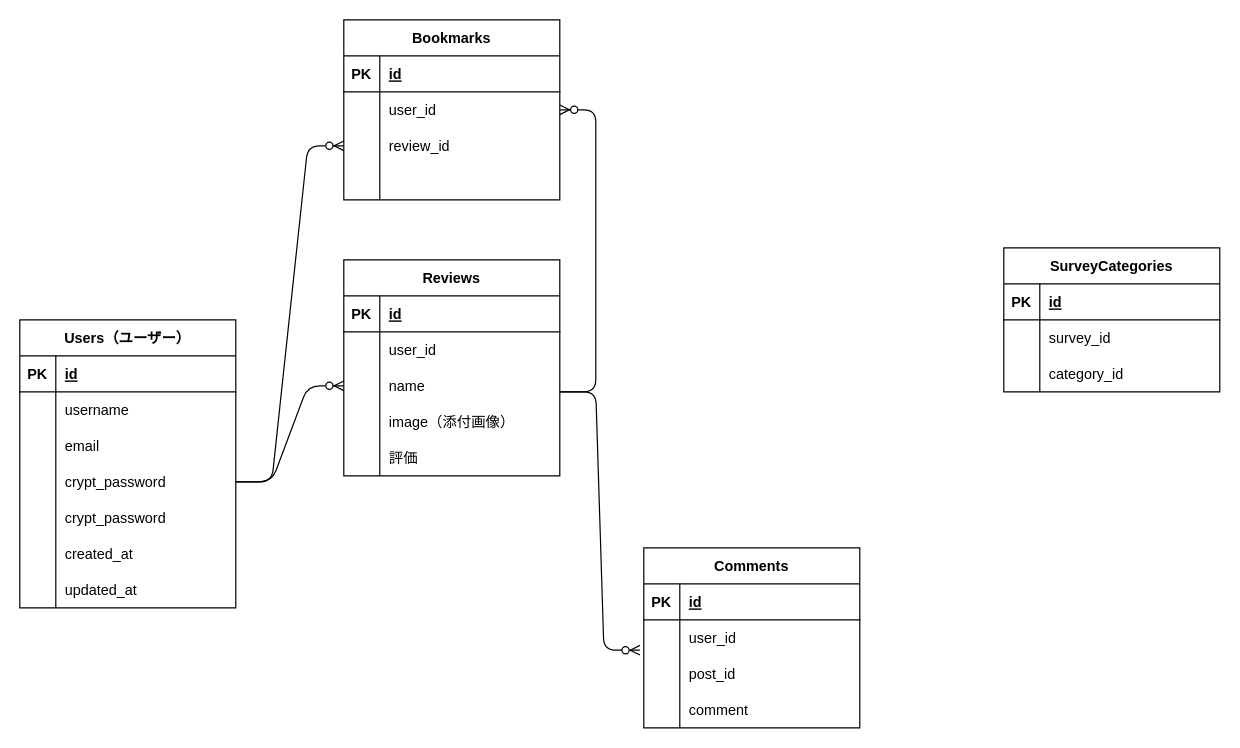
The draw.io diagram er.dio in SekineWataru/chamap, before the edit. Source tidied: cells renumbered, new cells numbered last; positions are measured from the earlier drawing's top-left corner, leaving out a move shared by most shapes. Both pictures are drawn from the tidied source at 120%, with x=0, y=0 at pixel (19, 19).
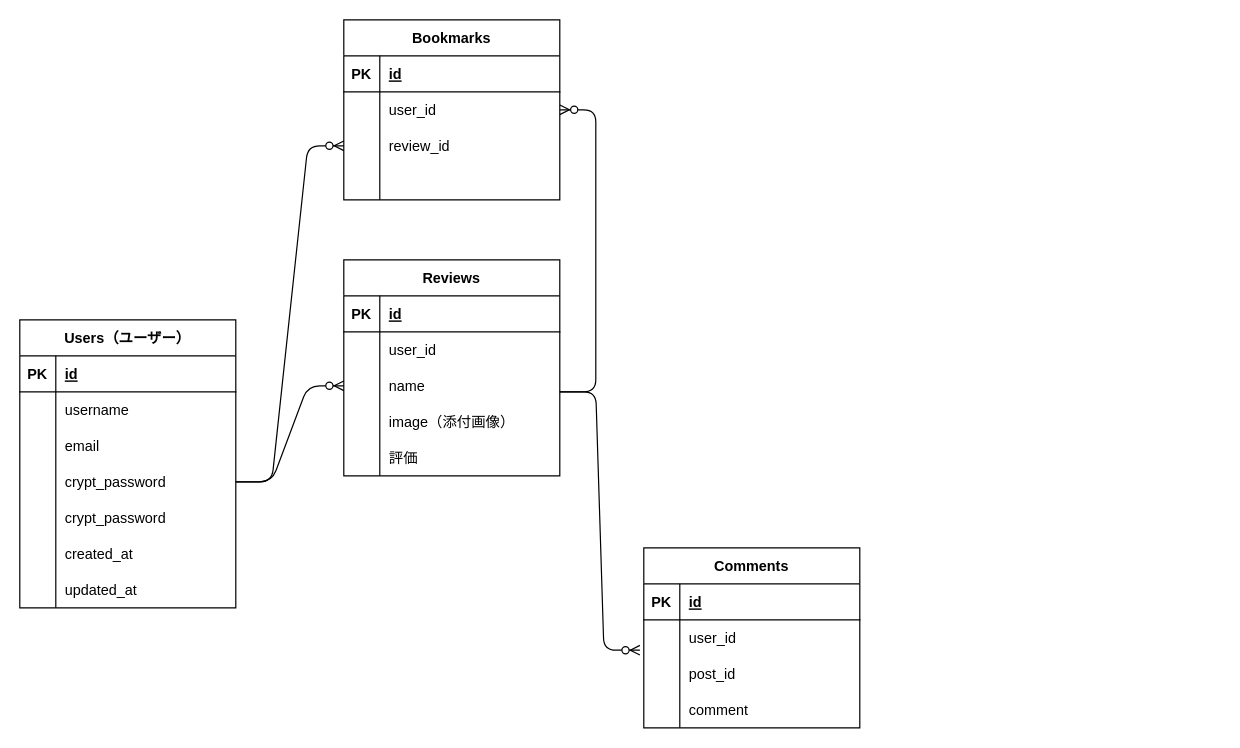
The same diagram, later.

Commit message (it also covers changes not shown here):
画面遷移図を作成いたしました。ご確認のほど、宜しくお願いいたします。

The edit, as a diff of the source:
```diff
@@
-    <mxCell id="68" value="SurveyCategories" style="shape=table;startSize=30;childLayout=tableLayout;rowLines=0;fontStyle=1;align=center;" parent="1" vertex="1">
-      <mxGeometry x="820" y="190" width="180" height="120" as="geometry" />
-    </mxCell>
-    <mxCell id="69" style="shape=tableRow;horizontal=0;startSize=0;swimlaneHead=0;swimlaneBody=0;fillColor=none;top=0;left=0;right=0;bottom=1;" parent="68" vertex="1">
-      <mxGeometry y="30" width="180" height="30" as="geometry" />
-    </mxCell>
-    <mxCell id="70" value="PK" style="shape=partialRectangle;fillColor=none;top=0;left=0;bottom=0;right=0;fontStyle=1;overflow=hidden;" parent="69" vertex="1">
-      <mxGeometry width="30" height="30" as="geometry" />
-    </mxCell>
-    <mxCell id="71" value="id" style="shape=partialRectangle;fillColor=none;top=0;left=0;bottom=0;right=0;align=left;spacingLeft=6;fontStyle=5;overflow=hidden;" parent="69" vertex="1">
-      <mxGeometry x="30" width="150" height="30" as="geometry" />
-    </mxCell>
-    <mxCell id="72" style="shape=tableRow;horizontal=0;startSize=0;swimlaneHead=0;swimlaneBody=0;fillColor=none;top=0;left=0;right=0;bottom=0;" parent="68" vertex="1">
-      <mxGeometry y="60" width="180" height="30" as="geometry" />
-    </mxCell>
-    <mxCell id="73" style="shape=partialRectangle;fillColor=none;top=0;left=0;bottom=0;right=0;overflow=hidden;" parent="72" vertex="1">
-      <mxGeometry width="30" height="30" as="geometry" />
-    </mxCell>
-    <mxCell id="74" value="survey_id" style="shape=partialRectangle;fillColor=none;top=0;left=0;bottom=0;right=0;align=left;spacingLeft=6;overflow=hidden;" parent="72" vertex="1">
-      <mxGeometry x="30" width="150" height="30" as="geometry" />
-    </mxCell>
-    <mxCell id="75" style="shape=tableRow;horizontal=0;startSize=0;swimlaneHead=0;swimlaneBody=0;fillColor=none;top=0;left=0;right=0;bottom=0;" parent="68" vertex="1">
-      <mxGeometry y="90" width="180" height="30" as="geometry" />
-    </mxCell>
-    <mxCell id="76" style="shape=partialRectangle;fillColor=none;top=0;left=0;bottom=0;right=0;overflow=hidden;" parent="75" vertex="1">
-      <mxGeometry width="30" height="30" as="geometry" />
-    </mxCell>
-    <mxCell id="77" value="category_id" style="shape=partialRectangle;fillColor=none;top=0;left=0;bottom=0;right=0;align=left;spacingLeft=6;overflow=hidden;" parent="75" vertex="1">
-      <mxGeometry x="30" width="150" height="30" as="geometry" />
-    </mxCell>
```
